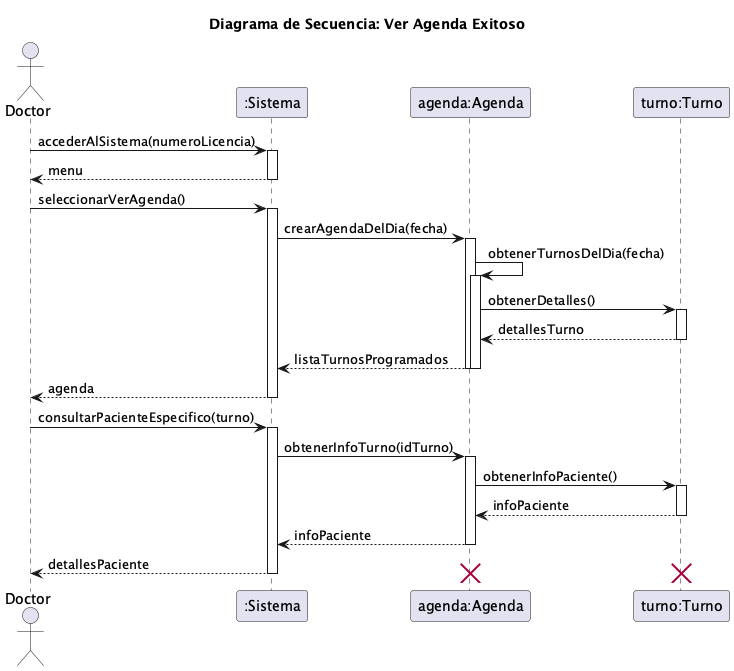
FacundoGuiraldes/SistemaTurnosMedicos keeps this PlantUML diagram as diagramas/05-diagramas-secuencia/05-secuencia-ver-agenda-ver-agenda-exitoso-05.png. Above is the earlier version.
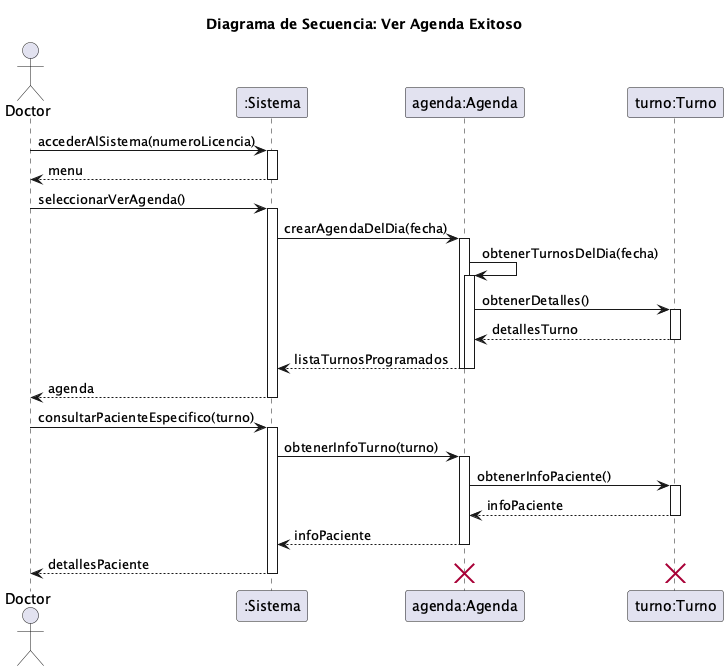
After the commit.

Commit message:
fix(diagramas): alinear mensajes de secuencia con abstracción UML (RCN5-9)

Diff of the diagram source:
```diff
@@ -29,7 +29,7 @@
 
 Doctor -> sistema: consultarPacienteEspecifico(turno)
 activate sistema
-sistema -> agenda: obtenerInfoTurno(idTurno)
+sistema -> agenda: obtenerInfoTurno(turno)
 activate agenda
 agenda -> turno: obtenerInfoPaciente()
 activate turno
```
